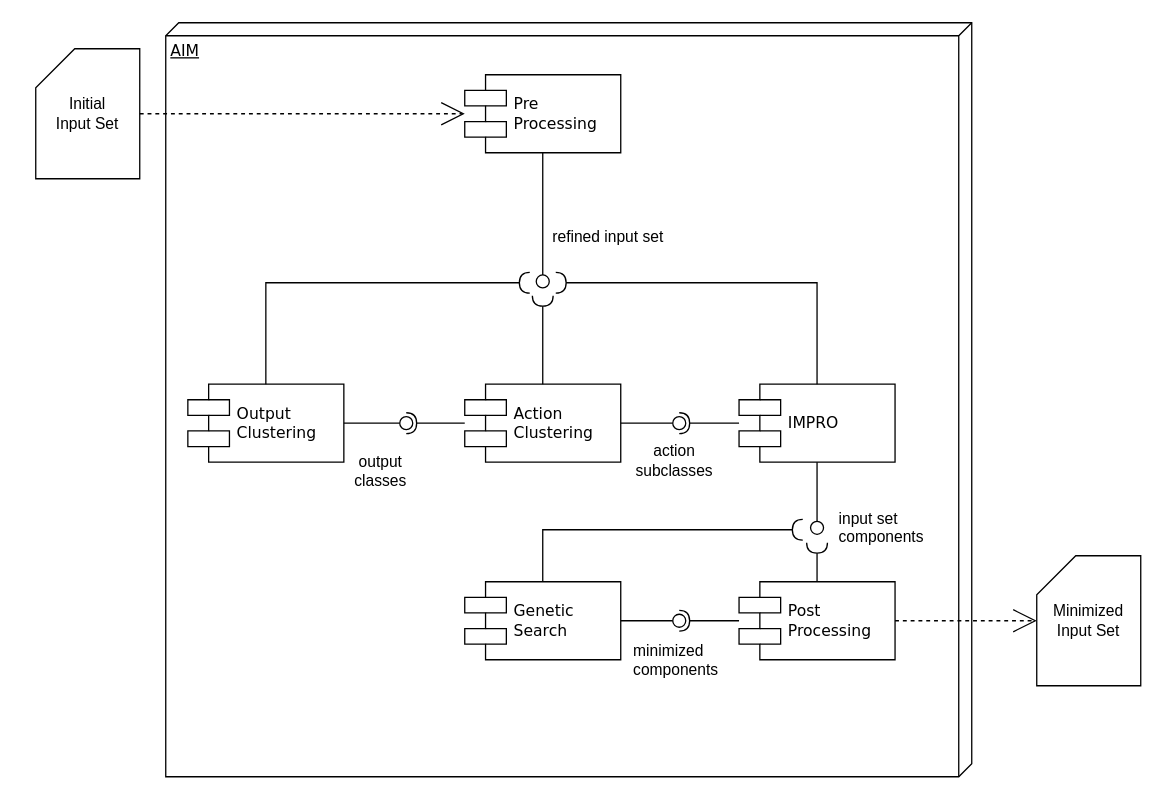
The draw.io diagram test_set_minimization.drawio in MetamorphicSecurityTesting/Diagrams, before the edit. Source tidied: cells renumbered, new cells numbered last; positions are measured from the earlier drawing's top-left corner, leaving out a move shared by most shapes. Both pictures are drawn from the tidied source at 130%, with x=0, y=0 at pixel (35, 22).
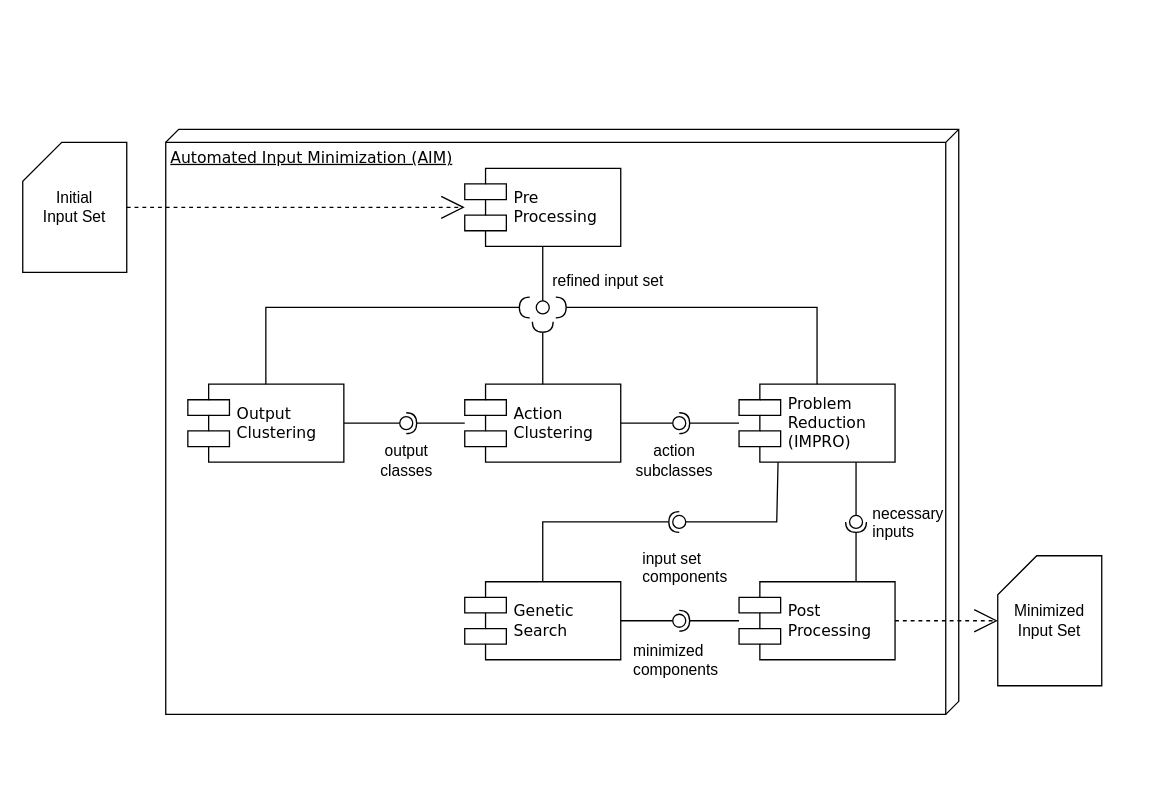
The same diagram, later.

Commit message:
outdate output of IMPRO, more info than acronyms, beautification

Unchanged cells that the change refers to:
```xml
<mxCell id="6" value="&lt;div&gt;Action&lt;/div&gt;&lt;div&gt;Clustering&lt;br&gt;&lt;/div&gt;" style="shape=component;align=left;spacingLeft=36;rounded=0;shadow=0;comic=0;labelBackgroundColor=none;strokeWidth=1;fontFamily=Verdana;fontSize=12;html=1;" parent="1" vertex="1">
  <mxGeometry x="330" y="278" width="120" height="60" as="geometry" />
</mxCell>
<mxCell id="12" value="&lt;div&gt;Genetic&lt;/div&gt;&lt;div&gt;Search&lt;br&gt;&lt;/div&gt;" style="shape=component;align=left;spacingLeft=36;rounded=0;shadow=0;comic=0;labelBackgroundColor=none;strokeWidth=1;fontFamily=Verdana;fontSize=12;html=1;" parent="1" vertex="1">
  <mxGeometry x="330" y="430" width="120" height="60" as="geometry" />
</mxCell>
<mxCell id="18" value="&lt;div&gt;Output&lt;/div&gt;&lt;div&gt;Clustering&lt;br&gt;&lt;/div&gt;" style="shape=component;align=left;spacingLeft=36;rounded=0;shadow=0;comic=0;labelBackgroundColor=none;strokeWidth=1;fontFamily=Verdana;fontSize=12;html=1;" parent="1" vertex="1">
  <mxGeometry x="117" y="278" width="120" height="60" as="geometry" />
</mxCell>
<mxCell id="30" value="&lt;div&gt;Post&lt;br&gt;Processing&lt;/div&gt;" style="shape=component;align=left;spacingLeft=36;rounded=0;shadow=0;comic=0;labelBackgroundColor=none;strokeWidth=1;fontFamily=Verdana;fontSize=12;html=1;" parent="1" vertex="1">
  <mxGeometry x="541" y="430" width="120" height="60" as="geometry" />
</mxCell>
```

What changed in the source:
```diff
@@
-    <mxCell id="2" value="AIM" style="verticalAlign=top;align=left;spacingTop=8;spacingLeft=2;spacingRight=12;shape=cube;size=10;direction=south;fontStyle=4;html=1;rounded=0;shadow=0;comic=0;labelBackgroundColor=none;strokeWidth=1;fontFamily=Verdana;fontSize=12;" parent="1" vertex="1">
-      <mxGeometry x="100" width="620" height="580" as="geometry" />
+    <mxCell id="2" value="Automated Input Minimization (AIM)" style="verticalAlign=top;align=left;spacingTop=8;spacingLeft=2;spacingRight=12;shape=cube;size=10;direction=south;fontStyle=4;html=1;rounded=0;shadow=0;comic=0;labelBackgroundColor=none;strokeWidth=1;fontFamily=Verdana;fontSize=12;" parent="1" vertex="1">
+      <mxGeometry x="100" y="82" width="610" height="450" as="geometry" />
     </mxCell>
     <mxCell id="3" value="Initial &lt;br&gt;Input Set" style="shape=card;whiteSpace=wrap;html=1;" parent="1" vertex="1">
-      <mxGeometry y="20" width="80" height="100" as="geometry" />
+      <mxGeometry x="-10" y="92" width="80" height="100" as="geometry" />
     </mxCell>
     <mxCell id="4" value="&lt;div&gt;Pre&lt;br&gt;Processing&lt;/div&gt;" style="shape=component;align=left;spacingLeft=36;rounded=0;shadow=0;comic=0;labelBackgroundColor=none;strokeWidth=1;fontFamily=Verdana;fontSize=12;html=1;" parent="1" vertex="1">
-      <mxGeometry x="330" y="40" width="120" height="60" as="geometry" />
+      <mxGeometry x="330" y="112" width="120" height="60" as="geometry" />
     </mxCell>
@@
-    <mxCell id="7" value="IMPRO" style="shape=component;align=left;spacingLeft=36;rounded=0;shadow=0;comic=0;labelBackgroundColor=none;strokeWidth=1;fontFamily=Verdana;fontSize=12;html=1;" parent="1" vertex="1">
+    <mxCell id="7" value="&lt;div&gt;Problem&lt;/div&gt;&lt;div&gt;Reduction&lt;/div&gt;&lt;div&gt;(IMPRO)&lt;br&gt;&lt;/div&gt;" style="shape=component;align=left;spacingLeft=36;rounded=0;shadow=0;comic=0;labelBackgroundColor=none;strokeWidth=1;fontFamily=Verdana;fontSize=12;html=1;" parent="1" vertex="1">
       <mxGeometry x="541" y="278" width="120" height="60" as="geometry" />
     </mxCell>
@@
     <mxCell id="11" value="&lt;div&gt;input set components&lt;/div&gt;" style="text;whiteSpace=wrap;html=1;" parent="1" vertex="1">
-      <mxGeometry x="616" y="368" width="90" height="50" as="geometry" />
+      <mxGeometry x="465" y="399" width="90" height="50" as="geometry" />
     </mxCell>
@@
-    <mxCell id="13" style="rounded=0;jettySize=auto;html=1;endArrow=none;endFill=0;sketch=0;sourcePerimeterSpacing=0;targetPerimeterSpacing=0;" parent="1" edge="1" target="15">
-      <mxGeometry relative="1" as="geometry">
-        <mxPoint x="601" y="338" as="sourcePoint" />
-      </mxGeometry>
-    </mxCell>
-    <mxCell id="14" style="rounded=0;jettySize=auto;html=1;endArrow=halfCircle;endFill=0;endSize=6;strokeWidth=1;sketch=0;" parent="1" edge="1" source="12">
-      <mxGeometry relative="1" as="geometry">
-        <mxPoint x="590" y="390" as="targetPoint" />
-        <Array as="points">
-          <mxPoint x="390" y="390" />
-          <mxPoint x="480" y="390" />
-        </Array>
-      </mxGeometry>
-    </mxCell>
-    <mxCell id="15" style="ellipse;whiteSpace=wrap;html=1;align=center;points=[];outlineConnect=0;sketch=0;" parent="1" vertex="1">
-      <mxGeometry x="596" y="383.5" width="10" height="10" as="geometry" />
-    </mxCell>
@@
     <mxCell id="17" value="&lt;div&gt;Minimized&lt;/div&gt;&lt;div&gt;Input Set&lt;br&gt;&lt;/div&gt;" style="shape=card;whiteSpace=wrap;html=1;" parent="1" vertex="1">
-      <mxGeometry x="770" y="410" width="80" height="100" as="geometry" />
+      <mxGeometry x="740" y="410" width="80" height="100" as="geometry" />
     </mxCell>
@@
     <mxCell id="22" value="refined input set" style="text;html=1;align=center;verticalAlign=middle;strokeColor=none;fillColor=none;" parent="1" vertex="1">
-      <mxGeometry x="385" y="150" width="110" height="30" as="geometry" />
+      <mxGeometry x="385" y="184" width="110" height="30" as="geometry" />
     </mxCell>
@@
     <mxCell id="24" style="rounded=0;jettySize=auto;html=1;endArrow=halfCircle;endFill=0;endSize=6;strokeWidth=1;sketch=0;" parent="1" edge="1" source="6">
       <mxGeometry relative="1" as="geometry">
-        <mxPoint x="390" y="210" as="targetPoint" />
+        <mxPoint x="390" y="230" as="targetPoint" />
       </mxGeometry>
     </mxCell>
     <mxCell id="25" style="ellipse;whiteSpace=wrap;html=1;align=center;points=[];outlineConnect=0;sketch=0;" parent="1" vertex="1">
-      <mxGeometry x="385" y="194" width="10" height="10" as="geometry" />
+      <mxGeometry x="385" y="214" width="10" height="10" as="geometry" />
     </mxCell>
     <mxCell id="26" style="rounded=0;jettySize=auto;html=1;endArrow=halfCircle;endFill=0;endSize=6;strokeWidth=1;sketch=0;" parent="1" edge="1" source="18">
       <mxGeometry relative="1" as="geometry">
-        <mxPoint x="380" y="200" as="targetPoint" />
+        <mxPoint x="380" y="219" as="targetPoint" />
         <Array as="points">
-          <mxPoint x="177" y="200" />
-          <mxPoint x="280" y="200" />
+          <mxPoint x="177" y="219" />
         </Array>
       </mxGeometry>
     </mxCell>
     <mxCell id="27" style="rounded=0;jettySize=auto;html=1;endArrow=halfCircle;endFill=0;endSize=6;strokeWidth=1;sketch=0;" parent="1" edge="1" source="7">
       <mxGeometry relative="1" as="geometry">
-        <mxPoint x="400" y="200" as="targetPoint" />
+        <mxPoint x="400" y="219" as="targetPoint" />
         <Array as="points">
-          <mxPoint x="601" y="200" />
+          <mxPoint x="601" y="219" />
         </Array>
       </mxGeometry>
     </mxCell>
     <mxCell id="28" value="output &lt;br&gt;classes" style="text;html=1;align=center;verticalAlign=middle;strokeColor=none;fillColor=none;" parent="1" vertex="1">
-      <mxGeometry x="235" y="325" width="60" height="40" as="geometry" />
+      <mxGeometry x="255" y="317" width="60" height="40" as="geometry" />
     </mxCell>
@@
-    <mxCell id="31" style="rounded=0;jettySize=auto;html=1;endArrow=halfCircle;endFill=0;endSize=6;strokeWidth=1;sketch=0;" parent="1" edge="1" source="30">
-      <mxGeometry relative="1" as="geometry">
-        <mxPoint x="601" y="400" as="targetPoint" />
-      </mxGeometry>
-    </mxCell>
@@
+    <mxCell id="36" style="rounded=0;jettySize=auto;html=1;endArrow=none;endFill=0;sketch=0;sourcePerimeterSpacing=0;targetPerimeterSpacing=0;exitX=0.25;exitY=1;exitDx=0;exitDy=0;" parent="1" edge="1" source="7" target="38">
+      <mxGeometry relative="1" as="geometry">
+        <Array as="points">
+          <mxPoint x="570" y="384" />
+        </Array>
+      </mxGeometry>
+    </mxCell>
+    <mxCell id="37" style="rounded=0;jettySize=auto;html=1;endArrow=halfCircle;endFill=0;entryX=0.5;entryY=0.5;endSize=6;strokeWidth=1;sketch=0;" parent="1" edge="1" source="12" target="38">
+      <mxGeometry relative="1" as="geometry">
+        <Array as="points">
+          <mxPoint x="390" y="384" />
+        </Array>
+      </mxGeometry>
+    </mxCell>
+    <mxCell id="38" style="ellipse;whiteSpace=wrap;html=1;align=center;points=[];outlineConnect=0;sketch=0;" parent="1" vertex="1">
+      <mxGeometry x="490" y="379" width="10" height="10" as="geometry" />
+    </mxCell>
+    <mxCell id="39" style="rounded=0;jettySize=auto;html=1;endArrow=none;endFill=0;sketch=0;sourcePerimeterSpacing=0;targetPerimeterSpacing=0;exitX=0.75;exitY=1;exitDx=0;exitDy=0;" parent="1" edge="1" source="7" target="41">
+      <mxGeometry relative="1" as="geometry" />
+    </mxCell>
+    <mxCell id="40" style="rounded=0;jettySize=auto;html=1;endArrow=halfCircle;endFill=0;entryX=0.5;entryY=0.5;endSize=6;strokeWidth=1;sketch=0;exitX=0.75;exitY=0;exitDx=0;exitDy=0;" parent="1" edge="1" source="30" target="41">
+      <mxGeometry relative="1" as="geometry" />
+    </mxCell>
+    <mxCell id="41" style="ellipse;whiteSpace=wrap;html=1;align=center;points=[];outlineConnect=0;sketch=0;" parent="1" vertex="1">
+      <mxGeometry x="626" y="379" width="10" height="10" as="geometry" />
+    </mxCell>
+    <mxCell id="42" value="&lt;div&gt;necessary&lt;/div&gt;&lt;div&gt;inputs&lt;br&gt;&lt;/div&gt;" style="text;whiteSpace=wrap;html=1;" parent="1" vertex="1">
+      <mxGeometry x="642" y="364" width="90" height="50" as="geometry" />
+    </mxCell>
```
